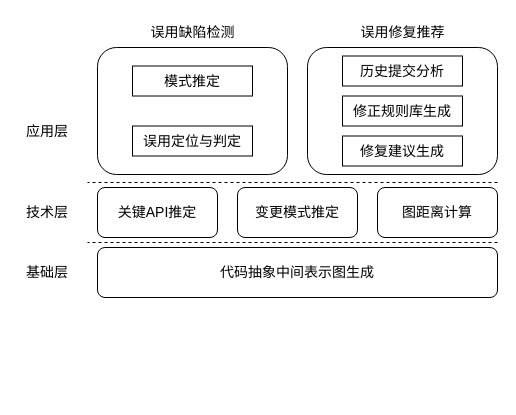
Earlier version of the draw.io diagram 新整体架构.drawio (ToJ112/pic-md). Source tidied: cells renumbered, new cells numbered last; positions are measured from the earlier drawing's top-left corner, leaving out a move shared by most shapes. Both pictures are drawn from the tidied source at 100%, with x=0, y=0 at pixel (17, 17).
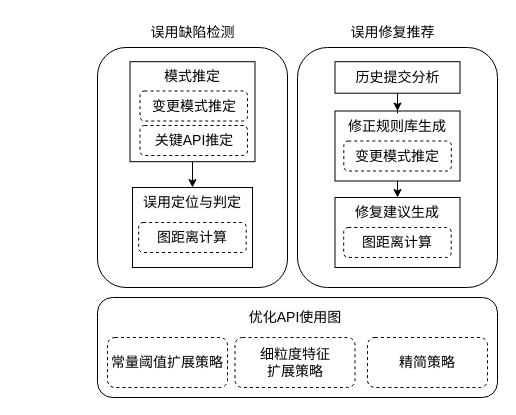
After the change.

Commit message (it also covers changes not shown here):
更新新整体架构.drawio

What changed in the source:
```diff
@@
     <mxCell id="2" style="rounded=1;whiteSpace=wrap;html=1;fontFamily=宋体-简;fontSize=14;" parent="1" vertex="1">
-      <mxGeometry x="290" y="30" width="190" height="127" as="geometry" />
+      <mxGeometry x="280" y="30" width="200" height="240" as="geometry" />
     </mxCell>
     <mxCell id="3" style="rounded=1;whiteSpace=wrap;html=1;fontFamily=宋体-简;fontSize=14;" parent="1" vertex="1">
-      <mxGeometry x="80" y="30" width="190" height="127" as="geometry" />
+      <mxGeometry x="80" y="30" width="190" height="240" as="geometry" />
     </mxCell>
-    <mxCell id="4" value="历史提交分析" style="rounded=0;whiteSpace=wrap;html=1;fontFamily=宋体-简;fontSize=14;" parent="1" vertex="1">
-      <mxGeometry x="325" y="38.5" width="120" height="30" as="geometry" />
-    </mxCell>
-    <mxCell id="5" value="修复建议生成" style="rounded=0;whiteSpace=wrap;html=1;fontFamily=宋体-简;fontSize=14;" parent="1" vertex="1">
-      <mxGeometry x="325" y="118.5" width="120" height="30" as="geometry" />
+    <mxCell id="5" style="rounded=0;whiteSpace=wrap;html=1;fontFamily=宋体-简;fontSize=14;" parent="1" vertex="1">
+      <mxGeometry x="317.5" y="180" width="125" height="70" as="geometry" />
     </mxCell>
-    <mxCell id="6" value="误用定位与判定" style="rounded=0;whiteSpace=wrap;html=1;fontFamily=宋体-简;fontSize=14;" parent="1" vertex="1">
-      <mxGeometry x="115" y="108.5" width="120" height="30" as="geometry" />
+    <mxCell id="6" style="rounded=0;whiteSpace=wrap;html=1;fontFamily=宋体-简;fontSize=14;" parent="1" vertex="1">
+      <mxGeometry x="115" y="170" width="120" height="80" as="geometry" />
     </mxCell>
@@
     <mxCell id="8" value="误用修复推荐" style="text;html=1;align=center;verticalAlign=middle;whiteSpace=wrap;rounded=0;fontFamily=宋体-简;fontSize=14;" parent="1" vertex="1">
-      <mxGeometry x="337.5" width="95" height="30" as="geometry" />
+      <mxGeometry x="327.5" width="95" height="30" as="geometry" />
     </mxCell>
-    <mxCell id="9" value="代码抽象中间表示图生成" style="rounded=1;whiteSpace=wrap;html=1;fontFamily=宋体-简;fontSize=14;" parent="1" vertex="1">
-      <mxGeometry x="80" y="230" width="400" height="50" as="geometry" />
+    <mxCell id="9" style="rounded=1;whiteSpace=wrap;html=1;fontFamily=宋体-简;fontSize=14;" parent="1" vertex="1">
+      <mxGeometry x="80" y="280" width="400" height="100" as="geometry" />
     </mxCell>
+    <mxCell id="12" value="图距离计算" style="rounded=1;whiteSpace=wrap;html=1;fontFamily=宋体-简;fontSize=14;dashed=1;" parent="1" vertex="1">
+      <mxGeometry x="121.2" y="205" width="107.5" height="30" as="geometry" />
+    </mxCell>
+    <mxCell id="20" style="edgeStyle=orthogonalEdgeStyle;rounded=0;jettySize=auto;html=1;" parent="1" edge="1" source="18" target="6">
+      <mxGeometry relative="1" as="geometry" />
+    </mxCell>
+    <mxCell id="21" value="&lt;span style=&quot;color: rgb(0, 0, 0); font-family: 宋体-简; font-size: 14px; font-style: normal; font-variant-ligatures: normal; font-variant-caps: normal; font-weight: 400; letter-spacing: normal; orphans: 2; text-indent: 0px; text-transform: none; widows: 2; word-spacing: 0px; -webkit-text-stroke-width: 0px; white-space: normal; background-color: rgb(251, 251, 251); text-decoration-thickness: initial; text-decoration-style: initial; text-decoration-color: initial; float: none; display: inline !important;&quot;&gt;优化API使用图&lt;/span&gt;" style="text;whiteSpace=wrap;html=1;align=center;" parent="1" vertex="1">
+      <mxGeometry x="182.5" y="285" width="190" height="40" as="geometry" />
+    </mxCell>
+    <mxCell id="22" value="常量阈值扩展策略" style="rounded=1;whiteSpace=wrap;html=1;fontFamily=宋体-简;fontSize=14;dashed=1;" parent="1" vertex="1">
+      <mxGeometry x="90" y="320" width="120" height="50" as="geometry" />
+    </mxCell>
+    <mxCell id="23" value="细粒度特征&lt;div&gt;扩展策略&lt;/div&gt;" style="rounded=1;whiteSpace=wrap;html=1;fontFamily=宋体-简;fontSize=14;dashed=1;" parent="1" vertex="1">
+      <mxGeometry x="217.5" y="320" width="120" height="50" as="geometry" />
+    </mxCell>
+    <mxCell id="24" value="精简策略" style="rounded=1;whiteSpace=wrap;html=1;fontFamily=宋体-简;fontSize=14;dashed=1;" parent="1" vertex="1">
+      <mxGeometry x="350" y="320" width="120" height="50" as="geometry" />
+    </mxCell>
+    <mxCell id="18" style="rounded=0;whiteSpace=wrap;html=1;fontFamily=宋体-简;fontSize=14;" parent="1" vertex="1">
+      <mxGeometry x="112.5" y="44.2" width="125" height="100" as="geometry" />
+    </mxCell>
+    <mxCell id="25" value="&lt;span style=&quot;color: rgb(0, 0, 0); font-family: 宋体-简; font-size: 14px; font-style: normal; font-variant-ligatures: normal; font-variant-caps: normal; font-weight: 400; letter-spacing: normal; orphans: 2; text-indent: 0px; text-transform: none; widows: 2; word-spacing: 0px; -webkit-text-stroke-width: 0px; white-space: normal; background-color: rgb(251, 251, 251); text-decoration-thickness: initial; text-decoration-style: initial; text-decoration-color: initial; float: none; display: inline !important;&quot;&gt;模式推定&lt;/span&gt;" style="text;whiteSpace=wrap;html=1;align=center;" parent="1" vertex="1">
+      <mxGeometry x="130" y="44.2" width="90" height="40" as="geometry" />
+    </mxCell>
+    <mxCell id="11" value="关键API推定" style="rounded=1;whiteSpace=wrap;html=1;fontFamily=宋体-简;fontSize=14;dashed=1;" parent="1" vertex="1">
+      <mxGeometry x="122.5" y="108" width="107.5" height="30" as="geometry" />
+    </mxCell>
-    <mxCell id="10" value="变更模式推定" style="rounded=1;whiteSpace=wrap;html=1;fontFamily=宋体-简;fontSize=14;" parent="1" vertex="1">
-      <mxGeometry x="220" y="170" width="120" height="50" as="geometry" />
+    <mxCell id="10" value="变更模式推定" style="rounded=1;whiteSpace=wrap;html=1;fontFamily=宋体-简;fontSize=14;dashed=1;" parent="1" vertex="1">
+      <mxGeometry x="122.5" y="73.5" width="107.5" height="30" as="geometry" />
     </mxCell>
-    <mxCell id="11" value="关键API推定" style="rounded=1;whiteSpace=wrap;html=1;fontFamily=宋体-简;fontSize=14;" parent="1" vertex="1">
-      <mxGeometry x="80" y="170" width="120" height="50" as="geometry" />
-    </mxCell>
-    <mxCell id="12" value="图距离计算" style="rounded=1;whiteSpace=wrap;html=1;fontFamily=宋体-简;fontSize=14;" parent="1" vertex="1">
-      <mxGeometry x="360" y="170" width="120" height="50" as="geometry" />
-    </mxCell>
-    <mxCell id="13" style="endArrow=none;dashed=1;html=1;rounded=0;fontFamily=宋体-简;fontSize=14;" parent="1" edge="1">
-      <mxGeometry relative="1" as="geometry">
-        <mxPoint x="480" y="165" as="sourcePoint" />
-        <mxPoint x="70" y="165" as="targetPoint" />
-      </mxGeometry>
-    </mxCell>
-    <mxCell id="14" style="endArrow=none;dashed=1;html=1;rounded=0;fontFamily=宋体-简;" parent="1" edge="1">
-      <mxGeometry relative="1" as="geometry">
-        <mxPoint x="480" y="225" as="sourcePoint" />
-        <mxPoint x="70" y="225" as="targetPoint" />
-      </mxGeometry>
-    </mxCell>
-    <mxCell id="15" value="基础层" style="text;html=1;align=center;verticalAlign=middle;whiteSpace=wrap;rounded=0;fontFamily=宋体-简;fontSize=14;" parent="1" vertex="1">
-      <mxGeometry y="240" width="60" height="30" as="geometry" />
-    </mxCell>
-    <mxCell id="16" value="技术层" style="text;html=1;align=center;verticalAlign=middle;whiteSpace=wrap;rounded=0;fontFamily=宋体-简;fontSize=14;" parent="1" vertex="1">
-      <mxGeometry y="180" width="60" height="30" as="geometry" />
-    </mxCell>
-    <mxCell id="17" value="应用层" style="text;html=1;align=center;verticalAlign=middle;whiteSpace=wrap;rounded=0;fontFamily=宋体-简;fontSize=14;" parent="1" vertex="1">
-      <mxGeometry y="98.5" width="60" height="30" as="geometry" />
-    </mxCell>
-    <mxCell id="18" value="模式推定" style="rounded=0;whiteSpace=wrap;html=1;fontFamily=宋体-简;fontSize=14;" parent="1" vertex="1">
-      <mxGeometry x="115" y="48.5" width="120" height="30" as="geometry" />
-    </mxCell>
+    <mxCell id="26" value="&lt;span style=&quot;color: rgb(0, 0, 0); font-family: 宋体-简; font-size: 14px; font-style: normal; font-variant-ligatures: normal; font-variant-caps: normal; font-weight: 400; letter-spacing: normal; orphans: 2; text-indent: 0px; text-transform: none; widows: 2; word-spacing: 0px; -webkit-text-stroke-width: 0px; white-space: normal; background-color: rgb(251, 251, 251); text-decoration-thickness: initial; text-decoration-style: initial; text-decoration-color: initial; float: none; display: inline !important;&quot;&gt;误用定位与判定&lt;/span&gt;" style="text;whiteSpace=wrap;html=1;align=center;" parent="1" vertex="1">
+      <mxGeometry x="116.2" y="170" width="117.5" height="40" as="geometry" />
+    </mxCell>
+    <mxCell id="27" style="group;" parent="1" vertex="1">
+      <mxGeometry x="317.5" y="93.5" width="125" height="70" as="geometry" />
+    </mxCell>
-    <mxCell id="19" value="修正规则库生成" style="rounded=0;whiteSpace=wrap;html=1;fontFamily=宋体-简;fontSize=14;" parent="1" vertex="1">
-      <mxGeometry x="325" y="78.5" width="120" height="30" as="geometry" />
+    <mxCell id="19" style="rounded=0;whiteSpace=wrap;html=1;fontFamily=宋体-简;fontSize=14;" parent="27" vertex="1">
+      <mxGeometry width="125" height="70" as="geometry" />
     </mxCell>
+    <mxCell id="28" value="&lt;span style=&quot;color: rgb(0, 0, 0); font-family: 宋体-简; font-size: 14px; font-style: normal; font-variant-ligatures: normal; font-variant-caps: normal; font-weight: 400; letter-spacing: normal; orphans: 2; text-indent: 0px; text-transform: none; widows: 2; word-spacing: 0px; -webkit-text-stroke-width: 0px; white-space: normal; background-color: rgb(251, 251, 251); text-decoration-thickness: initial; text-decoration-style: initial; text-decoration-color: initial; float: none; display: inline !important;&quot;&gt;修正规则库生成&lt;/span&gt;" style="text;whiteSpace=wrap;html=1;align=center;" parent="27" vertex="1">
+      <mxGeometry x="2.5" width="120" height="30" as="geometry" />
+    </mxCell>
+    <mxCell id="29" value="变更模式推定" style="rounded=1;whiteSpace=wrap;html=1;fontFamily=宋体-简;fontSize=14;dashed=1;" parent="27" vertex="1">
+      <mxGeometry x="8.8" y="30" width="107.5" height="30" as="geometry" />
+    </mxCell>
+    <mxCell id="30" style="edgeStyle=orthogonalEdgeStyle;rounded=0;jettySize=auto;html=1;" parent="1" edge="1" source="4" target="28">
+      <mxGeometry relative="1" as="geometry" />
+    </mxCell>
+    <mxCell id="4" value="历史提交分析" style="rounded=0;whiteSpace=wrap;html=1;fontFamily=宋体-简;fontSize=14;" parent="1" vertex="1">
+      <mxGeometry x="317.5" y="44.2" width="125" height="31.5" as="geometry" />
+    </mxCell>
+    <mxCell id="31" style="edgeStyle=orthogonalEdgeStyle;rounded=0;jettySize=auto;html=1;exitX=0.5;exitY=1;exitDx=0;exitDy=0;entryX=0.5;entryY=0;entryDx=0;entryDy=0;" parent="1" edge="1" source="19" target="5">
+      <mxGeometry relative="1" as="geometry" />
+    </mxCell>
+    <mxCell id="32" value="&lt;span style=&quot;color: rgb(0, 0, 0); font-family: 宋体-简; font-size: 14px; font-style: normal; font-variant-ligatures: normal; font-variant-caps: normal; font-weight: 400; letter-spacing: normal; orphans: 2; text-indent: 0px; text-transform: none; widows: 2; word-spacing: 0px; -webkit-text-stroke-width: 0px; white-space: normal; background-color: rgb(251, 251, 251); text-decoration-thickness: initial; text-decoration-style: initial; text-decoration-color: initial; float: none; display: inline !important;&quot;&gt;修复建议生成&lt;/span&gt;" style="text;whiteSpace=wrap;html=1;align=center;" parent="1" vertex="1">
+      <mxGeometry x="320" y="180" width="120" height="40" as="geometry" />
+    </mxCell>
+    <mxCell id="33" value="图距离计算" style="rounded=1;whiteSpace=wrap;html=1;fontFamily=宋体-简;fontSize=14;dashed=1;" parent="1" vertex="1">
+      <mxGeometry x="326.2" y="210" width="107.5" height="30" as="geometry" />
+    </mxCell>
```
